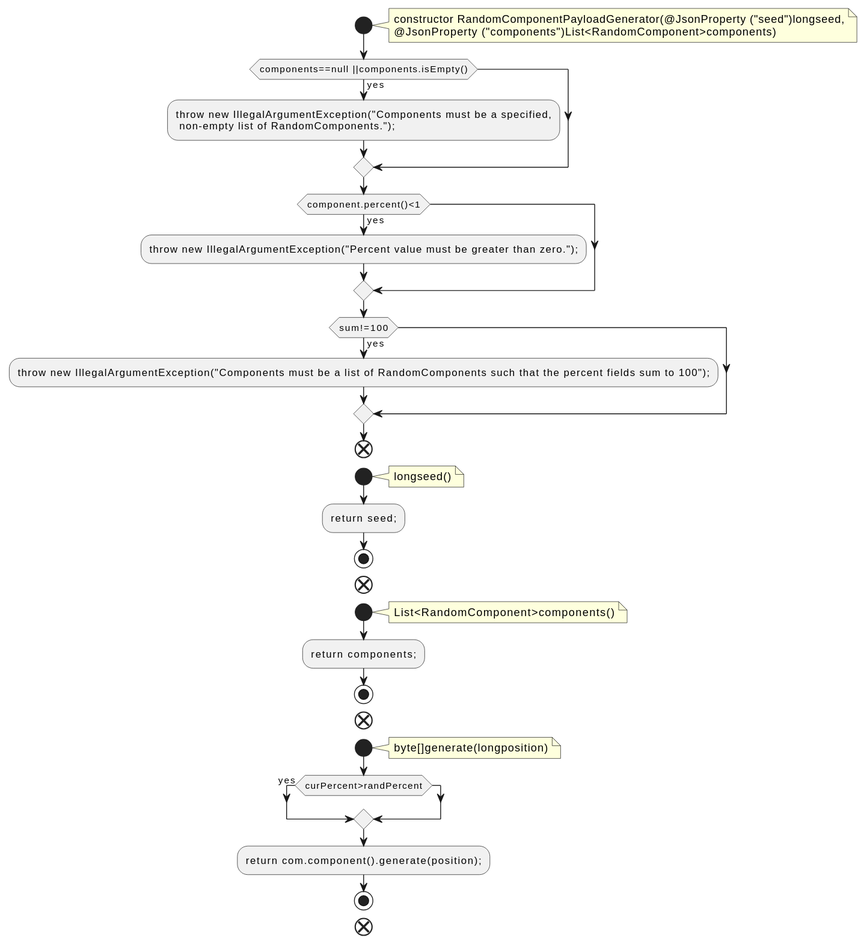
Before: docs/qc/trogdor/src/main/java/org/apache/kafka/trogdor/workload/RandomComponentPayloadGenerator.java.fct.svg, a diagram exported from PlantUML (qualitesys/kafka).
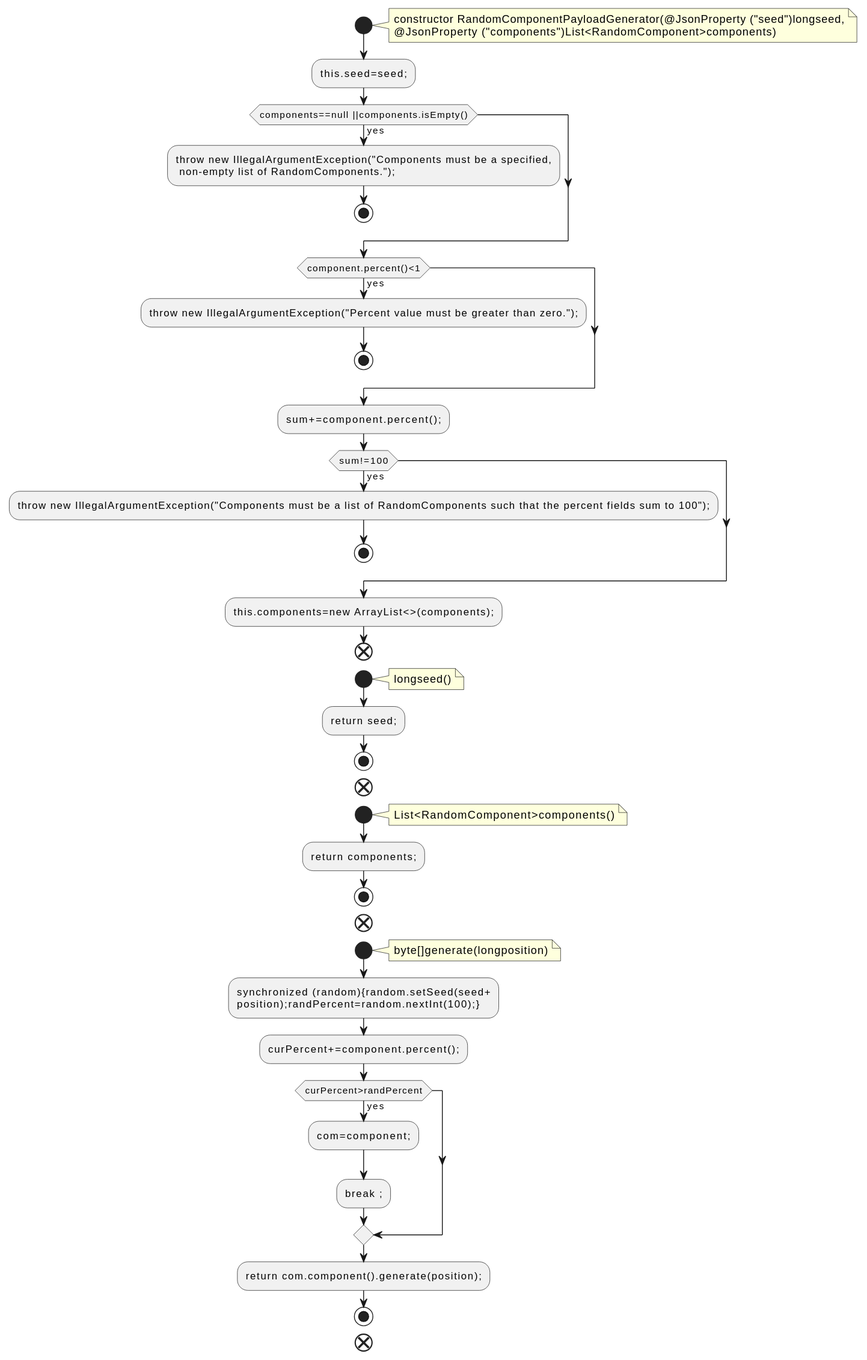
After the change.

Change to the diagram source:
```diff
@@ -5,16 +5,22 @@
 constructor RandomComponentPayloadGenerator(@JsonProperty ("seed")longseed,
 @JsonProperty ("components")List<RandomComponent>components)
 end note
+:this.seed=seed;;
 if (components==null ||components.isEmpty()) then (yes)
 :throw new IllegalArgumentException("Components must be a specified,
  non-empty list of RandomComponents.");;
+stop
 endif
 if (component.percent()<1) then (yes)
 :throw new IllegalArgumentException("Percent value must be greater than zero.");;
+stop
 endif
+:sum+=component.percent();;
 if (sum!=100) then (yes)
 :throw new IllegalArgumentException("Components must be a list of RandomComponents such that the percent fields sum to 100");;
+stop
 endif
+:this.components=new ArrayList<>(components);;
 end
 start
 note right
@@ -34,7 +40,12 @@
 note right
 byte[]generate(longposition)
 end note
+:synchronized (random){random.setSeed(seed+
+position);randPercent=random.nextInt(100);};
+:curPercent+=component.percent();;
 if (curPercent>randPercent) then (yes)
+:com=component;;
+:break ;;
 endif
 :return com.component().generate(position);;
 stop
```
